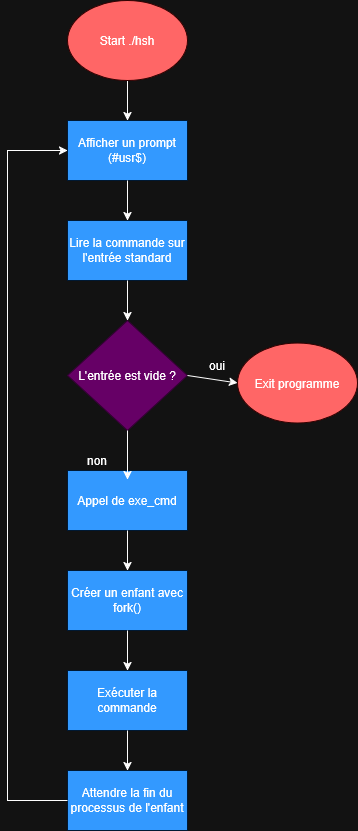
Earlier version of the draw.io export assets/FlowchartSimpleShell.png (Thorgalix/holbertonschool-simple_shell). Source tidied: cells renumbered, new cells last; positions are measured from the earlier drawing's top-left corner, leaving out a move shared by most shapes. Source of this version:
```xml
<mxGraphModel>
  <root>
    <mxCell id="0" />
    <mxCell id="1" parent="0" />
    <mxCell id="2" style="endArrow=classic;html=1;rounded=0;exitX=0.5;exitY=1;exitDx=0;exitDy=0;" parent="1" edge="1" source="20" target="3">
      <mxGeometry relative="1" as="geometry" />
    </mxCell>
    <mxCell id="3" value="Afficher un prompt&lt;div&gt;(#usr$)&lt;/div&gt;" style="rounded=0;whiteSpace=wrap;html=1;fillColor=light-dark(#FFFFFF,#3399FF);strokeColor=light-dark(#000000,#001933);" parent="1" vertex="1">
      <mxGeometry x="60" y="120" width="120" height="60" as="geometry" />
    </mxCell>
    <mxCell id="4" style="endArrow=classic;html=1;rounded=0;exitX=0.5;exitY=1;exitDx=0;exitDy=0;entryX=0.5;entryY=0;entryDx=0;entryDy=0;" parent="1" edge="1" source="3" target="5">
      <mxGeometry relative="1" as="geometry" />
    </mxCell>
    <mxCell id="5" value="Lire la commande sur l'entrée standard" style="rounded=0;whiteSpace=wrap;html=1;fillColor=light-dark(#FFFFFF,#3399FF);strokeColor=light-dark(#000000,#001933);" parent="1" vertex="1">
      <mxGeometry x="60" y="220" width="120" height="60" as="geometry" />
    </mxCell>
    <mxCell id="6" value="L'entrée est vide ?" style="rhombus;whiteSpace=wrap;html=1;fillColor=light-dark(#FFFFFF,#660066);strokeColor=light-dark(#000000,#330033);" parent="1" vertex="1">
      <mxGeometry x="60" y="320" width="120" height="110" as="geometry" />
    </mxCell>
    <mxCell id="7" style="endArrow=classic;html=1;rounded=0;exitX=0.5;exitY=1;exitDx=0;exitDy=0;entryX=0.5;entryY=0;entryDx=0;entryDy=0;" parent="1" edge="1" source="5" target="6">
      <mxGeometry relative="1" as="geometry" />
    </mxCell>
    <mxCell id="8" style="endArrow=classic;html=1;rounded=0;exitX=1;exitY=0.5;exitDx=0;exitDy=0;entryX=0;entryY=0.5;entryDx=0;entryDy=0;" parent="1" edge="1" source="6" target="21">
      <mxGeometry relative="1" as="geometry" />
    </mxCell>
    <mxCell id="9" value="oui" style="text;html=1;whiteSpace=wrap;strokeColor=none;fillColor=none;align=center;verticalAlign=middle;rounded=0;" parent="1" vertex="1">
      <mxGeometry x="180" y="350" width="60" height="30" as="geometry" />
    </mxCell>
    <mxCell id="10" value="Appel de exe_cmd" style="rounded=0;whiteSpace=wrap;html=1;fillColor=light-dark(#FFFFFF,#3399FF);strokeColor=light-dark(#000000,#001933);" parent="1" vertex="1">
      <mxGeometry x="60" y="470" width="120" height="60" as="geometry" />
    </mxCell>
    <mxCell id="11" style="endArrow=classic;html=1;rounded=0;exitX=0.5;exitY=1;exitDx=0;exitDy=0;" parent="1" edge="1" source="6">
      <mxGeometry relative="1" as="geometry">
        <mxPoint x="120" y="479" as="targetPoint" />
      </mxGeometry>
    </mxCell>
    <mxCell id="12" value="Créer un enfant avec fork()" style="rounded=0;whiteSpace=wrap;html=1;fillColor=light-dark(#FFFFFF,#3399FF);strokeColor=light-dark(#000000,#001933);" parent="1" vertex="1">
      <mxGeometry x="60" y="570" width="120" height="60" as="geometry" />
    </mxCell>
    <mxCell id="13" style="endArrow=classic;html=1;rounded=0;exitX=0.5;exitY=1;exitDx=0;exitDy=0;entryX=0.5;entryY=0;entryDx=0;entryDy=0;" parent="1" edge="1" source="10" target="12">
      <mxGeometry relative="1" as="geometry" />
    </mxCell>
    <mxCell id="14" value="Exécuter la commande" style="rounded=0;whiteSpace=wrap;html=1;fillColor=light-dark(#FFFFFF,#3399FF);strokeColor=light-dark(#000000,#001933);" parent="1" vertex="1">
      <mxGeometry x="60" y="670" width="120" height="60" as="geometry" />
    </mxCell>
    <mxCell id="15" value="Attendre la fin du processus de l'enfant" style="rounded=0;whiteSpace=wrap;html=1;fillColor=light-dark(#FFFFFF,#3399FF);strokeColor=light-dark(#000000,#001933);" parent="1" vertex="1">
      <mxGeometry x="60" y="770" width="120" height="60" as="geometry" />
    </mxCell>
    <mxCell id="16" style="endArrow=classic;html=1;rounded=0;exitX=0.5;exitY=1;exitDx=0;exitDy=0;entryX=0.5;entryY=0;entryDx=0;entryDy=0;" parent="1" edge="1" source="12" target="14">
      <mxGeometry relative="1" as="geometry" />
    </mxCell>
    <mxCell id="17" style="endArrow=classic;html=1;rounded=0;exitX=0.5;exitY=1;exitDx=0;exitDy=0;" parent="1" edge="1" source="14" target="15">
      <mxGeometry relative="1" as="geometry" />
    </mxCell>
    <mxCell id="18" style="endArrow=classic;html=1;rounded=0;exitX=0;exitY=0.5;exitDx=0;exitDy=0;entryX=0;entryY=0.5;entryDx=0;entryDy=0;" parent="1" edge="1" source="15" target="3">
      <mxGeometry relative="1" as="geometry">
        <Array as="points">
          <mxPoint y="800" />
          <mxPoint y="150" />
        </Array>
      </mxGeometry>
    </mxCell>
    <mxCell id="19" value="non" style="text;html=1;whiteSpace=wrap;strokeColor=none;fillColor=none;align=center;verticalAlign=middle;rounded=0;" parent="1" vertex="1">
      <mxGeometry x="60" y="445" width="60" height="30" as="geometry" />
    </mxCell>
    <mxCell id="20" value="Start ./hsh" style="ellipse;whiteSpace=wrap;html=1;fillColor=light-dark(#FFFFFF,#FF6666);strokeColor=light-dark(#000000,#330000);" parent="1" vertex="1">
      <mxGeometry x="60" width="120" height="80" as="geometry" />
    </mxCell>
    <mxCell id="21" value="Exit programme" style="ellipse;whiteSpace=wrap;html=1;fillColor=light-dark(#FFFFFF,#FF6666);strokeColor=light-dark(#000000,#330000);" parent="1" vertex="1">
      <mxGeometry x="230" y="342.5" width="120" height="80" as="geometry" />
    </mxCell>
  </root>
</mxGraphModel>
```
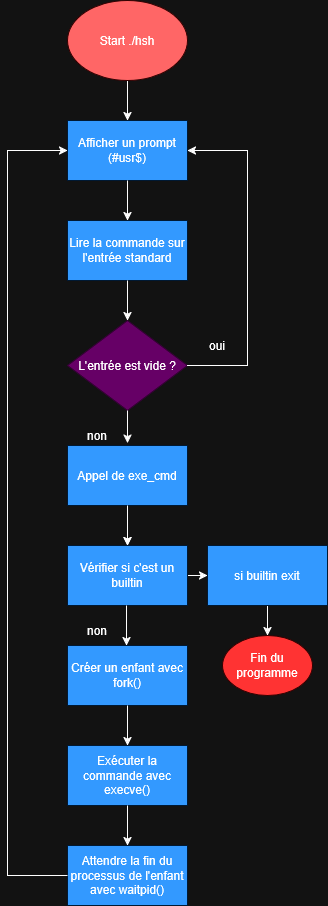
Later version of the same file.

Commit message:
Modification du Flowchart avec ajout de la vérification des builtins

What changed in the source:
```diff
@@ -15,36 +15,39 @@
       <mxGeometry x="60" y="220" width="120" height="60" as="geometry" />
     </mxCell>
     <mxCell id="6" value="L'entrée est vide ?" style="rhombus;whiteSpace=wrap;html=1;fillColor=light-dark(#FFFFFF,#660066);strokeColor=light-dark(#000000,#330033);" parent="1" vertex="1">
-      <mxGeometry x="60" y="320" width="120" height="110" as="geometry" />
+      <mxGeometry x="60" y="320" width="120" height="90" as="geometry" />
     </mxCell>
     <mxCell id="7" style="endArrow=classic;html=1;rounded=0;exitX=0.5;exitY=1;exitDx=0;exitDy=0;entryX=0.5;entryY=0;entryDx=0;entryDy=0;" parent="1" edge="1" source="5" target="6">
       <mxGeometry relative="1" as="geometry" />
     </mxCell>
-    <mxCell id="8" style="endArrow=classic;html=1;rounded=0;exitX=1;exitY=0.5;exitDx=0;exitDy=0;entryX=0;entryY=0.5;entryDx=0;entryDy=0;" parent="1" edge="1" source="6" target="21">
-      <mxGeometry relative="1" as="geometry" />
+    <mxCell id="8" style="endArrow=classic;html=1;rounded=0;exitX=1;exitY=0.5;exitDx=0;exitDy=0;entryX=1;entryY=0.5;entryDx=0;entryDy=0;" parent="1" edge="1" source="6" target="3">
+      <mxGeometry relative="1" as="geometry">
+        <Array as="points">
+          <mxPoint x="240" y="365" />
+          <mxPoint x="240" y="150" />
+        </Array>
+      </mxGeometry>
     </mxCell>
     <mxCell id="9" value="oui" style="text;html=1;whiteSpace=wrap;strokeColor=none;fillColor=none;align=center;verticalAlign=middle;rounded=0;" parent="1" vertex="1">
-      <mxGeometry x="180" y="350" width="60" height="30" as="geometry" />
+      <mxGeometry x="180" y="330" width="60" height="30" as="geometry" />
     </mxCell>
+    <mxCell id="22" style="edgeStyle=orthogonalEdgeStyle;rounded=0;jettySize=auto;html=1;" parent="1" edge="1" source="10" target="25">
+      <mxGeometry relative="1" as="geometry" />
+    </mxCell>
     <mxCell id="10" value="Appel de exe_cmd" style="rounded=0;whiteSpace=wrap;html=1;fillColor=light-dark(#FFFFFF,#3399FF);strokeColor=light-dark(#000000,#001933);" parent="1" vertex="1">
-      <mxGeometry x="60" y="470" width="120" height="60" as="geometry" />
+      <mxGeometry x="60" y="445" width="120" height="60" as="geometry" />
     </mxCell>
-    <mxCell id="11" style="endArrow=classic;html=1;rounded=0;exitX=0.5;exitY=1;exitDx=0;exitDy=0;" parent="1" edge="1" source="6">
-      <mxGeometry relative="1" as="geometry">
-        <mxPoint x="120" y="479" as="targetPoint" />
-      </mxGeometry>
+    <mxCell id="11" style="endArrow=classic;html=1;rounded=0;entryX=1;entryY=0.75;entryDx=0;entryDy=0;exitX=0.5;exitY=1;exitDx=0;exitDy=0;" parent="1" edge="1" source="6" target="19">
+      <mxGeometry relative="1" as="geometry" />
     </mxCell>
     <mxCell id="12" value="Créer un enfant avec fork()" style="rounded=0;whiteSpace=wrap;html=1;fillColor=light-dark(#FFFFFF,#3399FF);strokeColor=light-dark(#000000,#001933);" parent="1" vertex="1">
-      <mxGeometry x="60" y="570" width="120" height="60" as="geometry" />
+      <mxGeometry x="60" y="645" width="120" height="60" as="geometry" />
     </mxCell>
-    <mxCell id="13" style="endArrow=classic;html=1;rounded=0;exitX=0.5;exitY=1;exitDx=0;exitDy=0;entryX=0.5;entryY=0;entryDx=0;entryDy=0;" parent="1" edge="1" source="10" target="12">
-      <mxGeometry relative="1" as="geometry" />
-    </mxCell>
-    <mxCell id="14" value="Exécuter la commande" style="rounded=0;whiteSpace=wrap;html=1;fillColor=light-dark(#FFFFFF,#3399FF);strokeColor=light-dark(#000000,#001933);" parent="1" vertex="1">
-      <mxGeometry x="60" y="670" width="120" height="60" as="geometry" />
+    <mxCell id="14" value="Exécuter la commande avec execve()" style="rounded=0;whiteSpace=wrap;html=1;fillColor=light-dark(#FFFFFF,#3399FF);strokeColor=light-dark(#000000,#001933);" parent="1" vertex="1">
+      <mxGeometry x="60" y="745" width="120" height="60" as="geometry" />
     </mxCell>
-    <mxCell id="15" value="Attendre la fin du processus de l'enfant" style="rounded=0;whiteSpace=wrap;html=1;fillColor=light-dark(#FFFFFF,#3399FF);strokeColor=light-dark(#000000,#001933);" parent="1" vertex="1">
-      <mxGeometry x="60" y="770" width="120" height="60" as="geometry" />
+    <mxCell id="15" value="Attendre la fin du processus de l'enfant avec waitpid()" style="rounded=0;whiteSpace=wrap;html=1;fillColor=light-dark(#FFFFFF,#3399FF);strokeColor=light-dark(#000000,#001933);" parent="1" vertex="1">
+      <mxGeometry x="60" y="845" width="120" height="60" as="geometry" />
     </mxCell>
     <mxCell id="16" style="endArrow=classic;html=1;rounded=0;exitX=0.5;exitY=1;exitDx=0;exitDy=0;entryX=0.5;entryY=0;entryDx=0;entryDy=0;" parent="1" edge="1" source="12" target="14">
       <mxGeometry relative="1" as="geometry" />
@@ -55,19 +58,46 @@
     <mxCell id="18" style="endArrow=classic;html=1;rounded=0;exitX=0;exitY=0.5;exitDx=0;exitDy=0;entryX=0;entryY=0.5;entryDx=0;entryDy=0;" parent="1" edge="1" source="15" target="3">
       <mxGeometry relative="1" as="geometry">
         <Array as="points">
-          <mxPoint y="800" />
+          <mxPoint y="875" />
           <mxPoint y="150" />
         </Array>
       </mxGeometry>
     </mxCell>
     <mxCell id="19" value="non" style="text;html=1;whiteSpace=wrap;strokeColor=none;fillColor=none;align=center;verticalAlign=middle;rounded=0;" parent="1" vertex="1">
-      <mxGeometry x="60" y="445" width="60" height="30" as="geometry" />
+      <mxGeometry x="60" y="420" width="60" height="30" as="geometry" />
     </mxCell>
     <mxCell id="20" value="Start ./hsh" style="ellipse;whiteSpace=wrap;html=1;fillColor=light-dark(#FFFFFF,#FF6666);strokeColor=light-dark(#000000,#330000);" parent="1" vertex="1">
       <mxGeometry x="60" width="120" height="80" as="geometry" />
     </mxCell>
-    <mxCell id="21" value="Exit programme" style="ellipse;whiteSpace=wrap;html=1;fillColor=light-dark(#FFFFFF,#FF6666);strokeColor=light-dark(#000000,#330000);" parent="1" vertex="1">
-      <mxGeometry x="230" y="342.5" width="120" height="80" as="geometry" />
-    </mxCell>
+    <mxCell id="23" style="endArrow=classic;html=1;rounded=0;exitX=0.5;exitY=1;exitDx=0;exitDy=0;entryX=0.5;entryY=0;entryDx=0;entryDy=0;" parent="1" edge="1">
+      <mxGeometry relative="1" as="geometry">
+        <mxPoint x="120" y="505" as="sourcePoint" />
+        <mxPoint x="120" y="545" as="targetPoint" />
+      </mxGeometry>
+    </mxCell>
+    <mxCell id="24" style="edgeStyle=orthogonalEdgeStyle;rounded=0;jettySize=auto;html=1;" parent="1" edge="1" source="25" target="29">
+      <mxGeometry relative="1" as="geometry" />
+    </mxCell>
+    <mxCell id="25" value="Vérifier si c'est un builtin" style="rounded=0;whiteSpace=wrap;html=1;fillColor=light-dark(#FFFFFF,#3399FF);strokeColor=light-dark(#000000,#001933);" parent="1" vertex="1">
+      <mxGeometry x="60" y="545" width="120" height="60" as="geometry" />
+    </mxCell>
+    <mxCell id="26" style="endArrow=classic;html=1;rounded=0;exitX=0.5;exitY=1;exitDx=0;exitDy=0;entryX=0.5;entryY=0;entryDx=0;entryDy=0;" parent="1" edge="1">
+      <mxGeometry relative="1" as="geometry">
+        <mxPoint x="119" y="605" as="sourcePoint" />
+        <mxPoint x="119" y="645" as="targetPoint" />
+      </mxGeometry>
+    </mxCell>
+    <mxCell id="27" value="non" style="text;html=1;whiteSpace=wrap;strokeColor=none;fillColor=none;align=center;verticalAlign=middle;rounded=0;" parent="1" vertex="1">
+      <mxGeometry x="60" y="615" width="60" height="30" as="geometry" />
+    </mxCell>
+    <mxCell id="28" style="edgeStyle=orthogonalEdgeStyle;rounded=0;jettySize=auto;html=1;" parent="1" edge="1" source="29" target="30">
+      <mxGeometry relative="1" as="geometry" />
+    </mxCell>
+    <mxCell id="29" value="si builtin exit" style="whiteSpace=wrap;html=1;fillColor=light-dark(#FFFFFF,#3399FF);strokeColor=light-dark(#000000,#001933);rounded=0;" parent="1" vertex="1">
+      <mxGeometry x="200" y="545" width="120" height="60" as="geometry" />
+    </mxCell>
+    <mxCell id="30" value="Fin du programme" style="ellipse;whiteSpace=wrap;html=1;fillColor=light-dark(#FFFFFF,#FF3333);strokeColor=light-dark(#000000,#330000);rounded=0;" parent="1" vertex="1">
+      <mxGeometry x="215" y="635" width="90" height="60" as="geometry" />
+    </mxCell>
   </root>
 </mxGraphModel>
```
